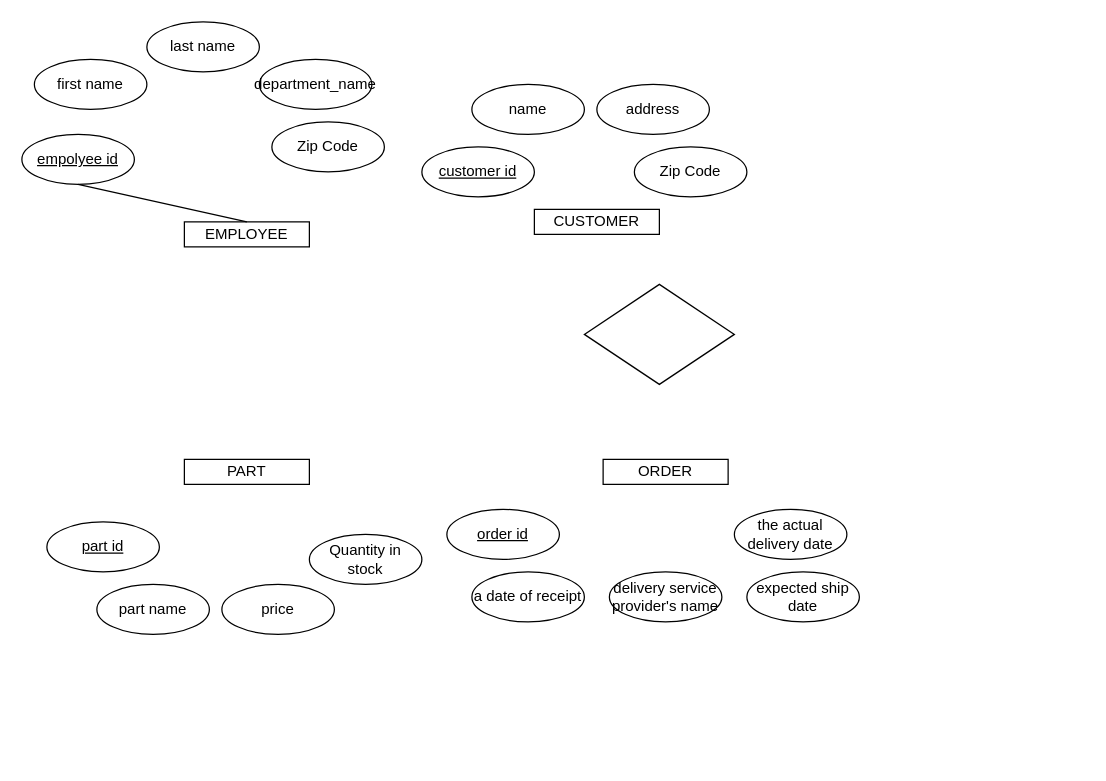
Earlier version of the draw.io diagram lab3.drawio (ale8ander/ale8ander). Source tidied: cells renumbered, new cells numbered last; positions are measured from the earlier drawing's top-left corner, leaving out a move shared by most shapes. Both pictures are drawn from the tidied source at 125%, with x=0, y=0 at pixel (21, 21).
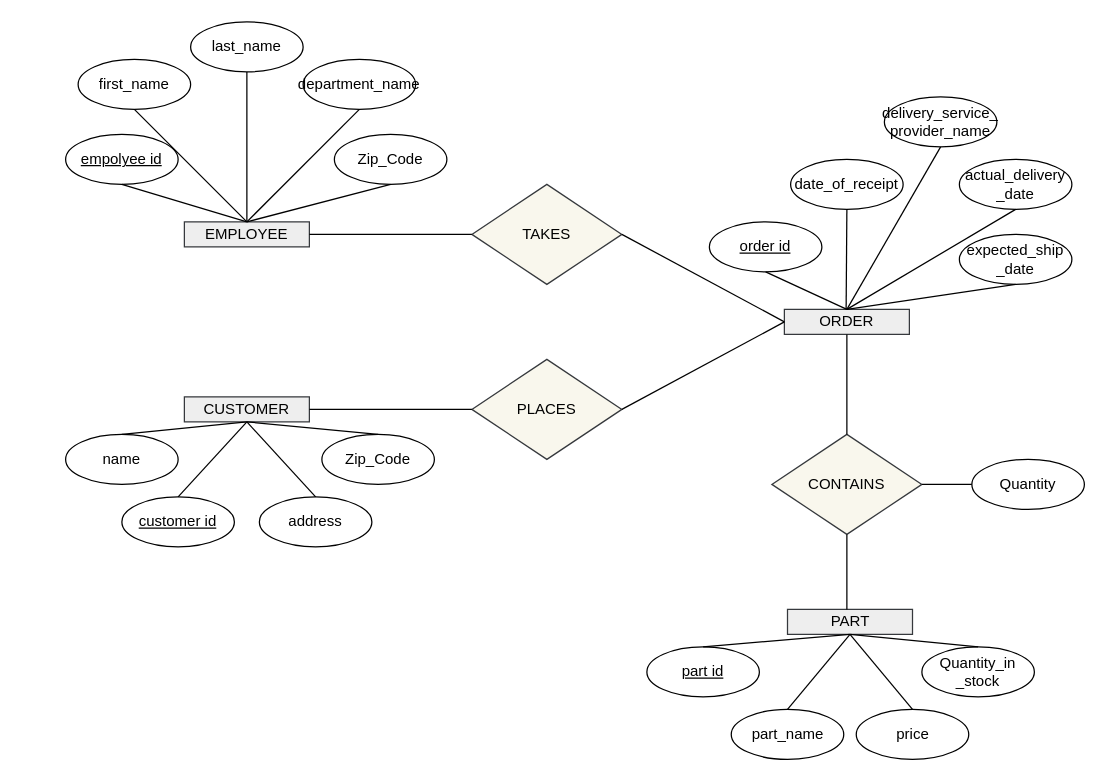
Above is the later version.

Change to the diagram source:
```diff
@@
-    <mxCell id="2" value="EMPLOYEE" style="rounded=0;whiteSpace=wrap;html=1;" parent="1" vertex="1">
+    <mxCell id="2" value="EMPLOYEE" style="rounded=0;whiteSpace=wrap;html=1;fillColor=#eeeeee;strokeColor=#36393d;" parent="1" vertex="1">
       <mxGeometry x="130" y="160" width="100" height="20" as="geometry" />
     </mxCell>
     <mxCell id="3" value="&lt;u&gt;empolyee id&lt;/u&gt;" style="ellipse;whiteSpace=wrap;html=1;" parent="1" vertex="1">
-      <mxGeometry y="90" width="90" height="40" as="geometry" />
+      <mxGeometry x="35" y="90" width="90" height="40" as="geometry" />
     </mxCell>
@@
-    <mxCell id="5" value="PART" style="rounded=0;whiteSpace=wrap;html=1;" parent="1" vertex="1">
-      <mxGeometry x="130" y="350" width="100" height="20" as="geometry" />
+    <mxCell id="5" value="PART" style="rounded=0;whiteSpace=wrap;html=1;fillColor=#eeeeee;strokeColor=#36393d;" parent="1" vertex="1">
+      <mxGeometry x="612.5" y="470" width="100" height="20" as="geometry" />
     </mxCell>
-    <mxCell id="6" value="CUSTOMER" style="rounded=0;whiteSpace=wrap;html=1;" parent="1" vertex="1">
-      <mxGeometry x="410" y="150" width="100" height="20" as="geometry" />
+    <mxCell id="6" value="CUSTOMER" style="rounded=0;whiteSpace=wrap;html=1;fillColor=#eeeeee;strokeColor=#36393d;" parent="1" vertex="1">
+      <mxGeometry x="130" y="300" width="100" height="20" as="geometry" />
     </mxCell>
-    <mxCell id="7" value="first name" style="ellipse;whiteSpace=wrap;html=1;" parent="1" vertex="1">
-      <mxGeometry x="10" y="30" width="90" height="40" as="geometry" />
+    <mxCell id="7" value="first_name" style="ellipse;whiteSpace=wrap;html=1;" parent="1" vertex="1">
+      <mxGeometry x="45" y="30" width="90" height="40" as="geometry" />
     </mxCell>
-    <mxCell id="8" value="last name" style="ellipse;whiteSpace=wrap;html=1;" parent="1" vertex="1">
-      <mxGeometry x="100" width="90" height="40" as="geometry" />
+    <mxCell id="8" value="last_name" style="ellipse;whiteSpace=wrap;html=1;" parent="1" vertex="1">
+      <mxGeometry x="135" width="90" height="40" as="geometry" />
     </mxCell>
     <mxCell id="9" value="department_name" style="ellipse;whiteSpace=wrap;html=1;" parent="1" vertex="1">
-      <mxGeometry x="190" y="30" width="90" height="40" as="geometry" />
+      <mxGeometry x="225" y="30" width="90" height="40" as="geometry" />
     </mxCell>
-    <mxCell id="10" value="Zip Code" style="ellipse;whiteSpace=wrap;html=1;" parent="1" vertex="1">
-      <mxGeometry x="200" y="80" width="90" height="40" as="geometry" />
+    <mxCell id="10" value="Zip_Code" style="ellipse;whiteSpace=wrap;html=1;" parent="1" vertex="1">
+      <mxGeometry x="250" y="90" width="90" height="40" as="geometry" />
     </mxCell>
     <mxCell id="11" value="&lt;u&gt;customer id&lt;/u&gt;" style="ellipse;whiteSpace=wrap;html=1;" parent="1" vertex="1">
-      <mxGeometry x="320" y="100" width="90" height="40" as="geometry" />
+      <mxGeometry x="80" y="380" width="90" height="40" as="geometry" />
     </mxCell>
     <mxCell id="12" value="name" style="ellipse;whiteSpace=wrap;html=1;" parent="1" vertex="1">
-      <mxGeometry x="360" y="50" width="90" height="40" as="geometry" />
+      <mxGeometry x="35" y="330" width="90" height="40" as="geometry" />
     </mxCell>
     <mxCell id="13" value="address" style="ellipse;whiteSpace=wrap;html=1;" parent="1" vertex="1">
-      <mxGeometry x="460" y="50" width="90" height="40" as="geometry" />
+      <mxGeometry x="190" y="380" width="90" height="40" as="geometry" />
     </mxCell>
-    <mxCell id="14" value="Zip Code" style="ellipse;whiteSpace=wrap;html=1;" parent="1" vertex="1">
-      <mxGeometry x="490" y="100" width="90" height="40" as="geometry" />
+    <mxCell id="14" value="Zip_Code" style="ellipse;whiteSpace=wrap;html=1;" parent="1" vertex="1">
+      <mxGeometry x="240" y="330" width="90" height="40" as="geometry" />
     </mxCell>
     <mxCell id="15" value="&lt;u&gt;part id&lt;/u&gt;" style="ellipse;whiteSpace=wrap;html=1;" parent="1" vertex="1">
-      <mxGeometry x="20" y="400" width="90" height="40" as="geometry" />
+      <mxGeometry x="500" y="500" width="90" height="40" as="geometry" />
     </mxCell>
-    <mxCell id="16" value="part name" style="ellipse;whiteSpace=wrap;html=1;" parent="1" vertex="1">
-      <mxGeometry x="60" y="450" width="90" height="40" as="geometry" />
+    <mxCell id="16" value="part_name" style="ellipse;whiteSpace=wrap;html=1;" parent="1" vertex="1">
+      <mxGeometry x="567.5" y="550" width="90" height="40" as="geometry" />
     </mxCell>
     <mxCell id="17" value="price" style="ellipse;whiteSpace=wrap;html=1;" parent="1" vertex="1">
-      <mxGeometry x="160" y="450" width="90" height="40" as="geometry" />
+      <mxGeometry x="667.5" y="550" width="90" height="40" as="geometry" />
     </mxCell>
-    <mxCell id="18" value="Quantity in stock" style="ellipse;whiteSpace=wrap;html=1;" parent="1" vertex="1">
-      <mxGeometry x="230" y="410" width="90" height="40" as="geometry" />
+    <mxCell id="18" value="Quantity_in _stock" style="ellipse;whiteSpace=wrap;html=1;" parent="1" vertex="1">
+      <mxGeometry x="720" y="500" width="90" height="40" as="geometry" />
     </mxCell>
-    <mxCell id="19" value="ORDER" style="rounded=0;whiteSpace=wrap;html=1;" parent="1" vertex="1">
-      <mxGeometry x="465" y="350" width="100" height="20" as="geometry" />
+    <mxCell id="19" value="ORDER" style="rounded=0;whiteSpace=wrap;html=1;fillColor=#eeeeee;strokeColor=#36393d;" parent="1" vertex="1">
+      <mxGeometry x="610" y="230" width="100" height="20" as="geometry" />
     </mxCell>
     <mxCell id="20" value="&lt;u&gt;order id&lt;/u&gt;" style="ellipse;whiteSpace=wrap;html=1;" parent="1" vertex="1">
-      <mxGeometry x="340" y="390" width="90" height="40" as="geometry" />
+      <mxGeometry x="550" y="160" width="90" height="40" as="geometry" />
     </mxCell>
-    <mxCell id="21" value="a date of receipt" style="ellipse;whiteSpace=wrap;html=1;" parent="1" vertex="1">
-      <mxGeometry x="360" y="440" width="90" height="40" as="geometry" />
+    <mxCell id="21" value="date_of_receipt" style="ellipse;whiteSpace=wrap;html=1;" parent="1" vertex="1">
+      <mxGeometry x="615" y="110" width="90" height="40" as="geometry" />
     </mxCell>
-    <mxCell id="22" value="delivery service provider's name" style="ellipse;whiteSpace=wrap;html=1;" parent="1" vertex="1">
-      <mxGeometry x="470" y="440" width="90" height="40" as="geometry" />
+    <mxCell id="22" value="delivery_service_ provider_name" style="ellipse;whiteSpace=wrap;html=1;" parent="1" vertex="1">
+      <mxGeometry x="690" y="60" width="90" height="40" as="geometry" />
     </mxCell>
-    <mxCell id="23" value="expected ship date" style="ellipse;whiteSpace=wrap;html=1;" parent="1" vertex="1">
-      <mxGeometry x="580" y="440" width="90" height="40" as="geometry" />
+    <mxCell id="23" value="expected_ship _date" style="ellipse;whiteSpace=wrap;html=1;" parent="1" vertex="1">
+      <mxGeometry x="750" y="170" width="90" height="40" as="geometry" />
     </mxCell>
-    <mxCell id="24" value="the actual delivery date" style="ellipse;whiteSpace=wrap;html=1;" parent="1" vertex="1">
-      <mxGeometry x="570" y="390" width="90" height="40" as="geometry" />
+    <mxCell id="24" value="actual_delivery _date" style="ellipse;whiteSpace=wrap;html=1;" parent="1" vertex="1">
+      <mxGeometry x="750" y="110" width="90" height="40" as="geometry" />
     </mxCell>
-    <mxCell id="25" style="rhombus;whiteSpace=wrap;html=1;" parent="1" vertex="1">
-      <mxGeometry x="450" y="210" width="120" height="80" as="geometry" />
+    <mxCell id="25" value="PLACES" style="rhombus;whiteSpace=wrap;html=1;fillColor=#f9f7ed;strokeColor=#36393d;" parent="1" vertex="1">
+      <mxGeometry x="360" y="270" width="120" height="80" as="geometry" />
     </mxCell>
+    <mxCell id="26" value="TAKES" style="rhombus;whiteSpace=wrap;html=1;fillColor=#f9f7ed;strokeColor=#36393d;" parent="1" vertex="1">
+      <mxGeometry x="360" y="130" width="120" height="80" as="geometry" />
+    </mxCell>
+    <mxCell id="27" value="CONTAINS" style="rhombus;whiteSpace=wrap;html=1;fillColor=#f9f7ed;strokeColor=#36393d;" parent="1" vertex="1">
+      <mxGeometry x="600" y="330" width="120" height="80" as="geometry" />
+    </mxCell>
+    <mxCell id="28" value="Quantity" style="ellipse;whiteSpace=wrap;html=1;" parent="1" vertex="1">
+      <mxGeometry x="760" y="350" width="90" height="40" as="geometry" />
+    </mxCell>
+    <mxCell id="29" style="endArrow=none;html=1;rounded=0;entryX=0.5;entryY=1;entryDx=0;entryDy=0;" parent="1" edge="1" target="7">
+      <mxGeometry relative="1" as="geometry">
+        <mxPoint x="180" y="160" as="sourcePoint" />
+      </mxGeometry>
+    </mxCell>
+    <mxCell id="30" style="endArrow=none;html=1;rounded=0;entryX=0.5;entryY=1;entryDx=0;entryDy=0;" parent="1" edge="1" source="2" target="8">
+      <mxGeometry relative="1" as="geometry" />
+    </mxCell>
+    <mxCell id="31" style="endArrow=none;html=1;rounded=0;entryX=0.5;entryY=1;entryDx=0;entryDy=0;exitX=0.5;exitY=0;exitDx=0;exitDy=0;" parent="1" edge="1" source="2" target="9">
+      <mxGeometry relative="1" as="geometry" />
+    </mxCell>
+    <mxCell id="32" style="endArrow=none;html=1;rounded=0;exitX=0.5;exitY=1;exitDx=0;exitDy=0;" parent="1" edge="1" source="10">
+      <mxGeometry relative="1" as="geometry">
+        <mxPoint x="180" y="160" as="targetPoint" />
+      </mxGeometry>
+    </mxCell>
+    <mxCell id="33" style="endArrow=none;html=1;rounded=0;entryX=0.5;entryY=1;entryDx=0;entryDy=0;exitX=0.5;exitY=0;exitDx=0;exitDy=0;" parent="1" edge="1" source="14" target="6">
+      <mxGeometry relative="1" as="geometry" />
+    </mxCell>
+    <mxCell id="34" style="endArrow=none;html=1;rounded=0;entryX=0.5;entryY=1;entryDx=0;entryDy=0;exitX=0.5;exitY=0;exitDx=0;exitDy=0;" parent="1" edge="1" source="12" target="6">
+      <mxGeometry relative="1" as="geometry" />
+    </mxCell>
+    <mxCell id="35" style="endArrow=none;html=1;rounded=0;" parent="1" edge="1">
+      <mxGeometry relative="1" as="geometry">
+        <mxPoint x="125" y="380" as="sourcePoint" />
+        <mxPoint x="180" y="320" as="targetPoint" />
+      </mxGeometry>
+    </mxCell>
+    <mxCell id="36" style="endArrow=none;html=1;rounded=0;exitX=0.5;exitY=0;exitDx=0;exitDy=0;" parent="1" edge="1" source="13">
+      <mxGeometry relative="1" as="geometry">
+        <mxPoint x="180" y="320" as="targetPoint" />
+      </mxGeometry>
+    </mxCell>
+    <mxCell id="37" style="endArrow=none;html=1;rounded=0;entryX=1;entryY=0.5;entryDx=0;entryDy=0;exitX=0;exitY=0.5;exitDx=0;exitDy=0;" parent="1" edge="1" source="28" target="27">
+      <mxGeometry relative="1" as="geometry" />
+    </mxCell>
+    <mxCell id="38" style="endArrow=none;html=1;rounded=0;entryX=0.5;entryY=1;entryDx=0;entryDy=0;exitX=0.5;exitY=0;exitDx=0;exitDy=0;" parent="1" edge="1" source="27" target="19">
+      <mxGeometry relative="1" as="geometry" />
+    </mxCell>
+    <mxCell id="39" style="endArrow=none;html=1;rounded=0;entryX=0.5;entryY=1;entryDx=0;entryDy=0;" parent="1" edge="1" target="27">
+      <mxGeometry relative="1" as="geometry">
+        <mxPoint x="660" y="470" as="sourcePoint" />
+      </mxGeometry>
+    </mxCell>
+    <mxCell id="40" style="endArrow=none;html=1;rounded=0;entryX=0.5;entryY=1;entryDx=0;entryDy=0;exitX=0.5;exitY=0;exitDx=0;exitDy=0;" parent="1" edge="1" source="18" target="5">
+      <mxGeometry relative="1" as="geometry" />
+    </mxCell>
+    <mxCell id="41" style="endArrow=none;html=1;rounded=0;entryX=0.5;entryY=1;entryDx=0;entryDy=0;exitX=0.5;exitY=0;exitDx=0;exitDy=0;" parent="1" edge="1" source="17" target="5">
+      <mxGeometry relative="1" as="geometry" />
+    </mxCell>
+    <mxCell id="42" style="endArrow=none;html=1;rounded=0;entryX=0.5;entryY=1;entryDx=0;entryDy=0;exitX=0.5;exitY=0;exitDx=0;exitDy=0;" parent="1" edge="1" source="16" target="5">
+      <mxGeometry relative="1" as="geometry" />
+    </mxCell>
+    <mxCell id="43" style="endArrow=none;html=1;rounded=0;entryX=0.5;entryY=1;entryDx=0;entryDy=0;exitX=0.5;exitY=0;exitDx=0;exitDy=0;" parent="1" edge="1" source="15" target="5">
+      <mxGeometry relative="1" as="geometry" />
+    </mxCell>
+    <mxCell id="44" style="endArrow=none;html=1;rounded=0;entryX=0.5;entryY=1;entryDx=0;entryDy=0;exitX=0.5;exitY=0;exitDx=0;exitDy=0;" parent="1" edge="1" source="19" target="20">
+      <mxGeometry relative="1" as="geometry" />
+    </mxCell>
+    <mxCell id="45" style="endArrow=none;html=1;rounded=0;entryX=0.5;entryY=1;entryDx=0;entryDy=0;exitX=0.5;exitY=0;exitDx=0;exitDy=0;" parent="1" edge="1" target="21">
+      <mxGeometry relative="1" as="geometry">
+        <mxPoint x="659.4" y="230" as="sourcePoint" />
+      </mxGeometry>
+    </mxCell>
+    <mxCell id="46" style="endArrow=none;html=1;rounded=0;entryX=0.5;entryY=1;entryDx=0;entryDy=0;" parent="1" edge="1" target="22">
+      <mxGeometry relative="1" as="geometry">
+        <mxPoint x="660" y="230" as="sourcePoint" />
+      </mxGeometry>
+    </mxCell>
+    <mxCell id="47" style="endArrow=none;html=1;rounded=0;entryX=0.5;entryY=1;entryDx=0;entryDy=0;exitX=0.5;exitY=0;exitDx=0;exitDy=0;" parent="1" edge="1" source="19" target="24">
+      <mxGeometry relative="1" as="geometry" />
+    </mxCell>
+    <mxCell id="48" style="endArrow=none;html=1;rounded=0;entryX=0.5;entryY=1;entryDx=0;entryDy=0;exitX=0.5;exitY=0;exitDx=0;exitDy=0;" parent="1" edge="1" source="19" target="23">
+      <mxGeometry relative="1" as="geometry" />
+    </mxCell>
+    <mxCell id="49" style="endArrow=none;html=1;rounded=0;exitX=0;exitY=0.5;exitDx=0;exitDy=0;" parent="1" edge="1" source="26">
+      <mxGeometry relative="1" as="geometry">
+        <mxPoint x="230" y="170" as="targetPoint" />
+      </mxGeometry>
+    </mxCell>
+    <mxCell id="50" style="endArrow=none;html=1;rounded=0;exitX=0;exitY=0.5;exitDx=0;exitDy=0;" parent="1" edge="1" source="25">
+      <mxGeometry relative="1" as="geometry">
+        <mxPoint x="230" y="310" as="targetPoint" />
+      </mxGeometry>
+    </mxCell>
+    <mxCell id="51" style="endArrow=none;html=1;rounded=0;entryX=1;entryY=0.5;entryDx=0;entryDy=0;exitX=0;exitY=0.5;exitDx=0;exitDy=0;" parent="1" edge="1" source="19" target="26">
+      <mxGeometry relative="1" as="geometry" />
+    </mxCell>
+    <mxCell id="52" style="endArrow=none;html=1;rounded=0;entryX=1;entryY=0.5;entryDx=0;entryDy=0;" parent="1" edge="1" target="25">
+      <mxGeometry relative="1" as="geometry">
+        <mxPoint x="610" y="240" as="sourcePoint" />
+      </mxGeometry>
+    </mxCell>
```
